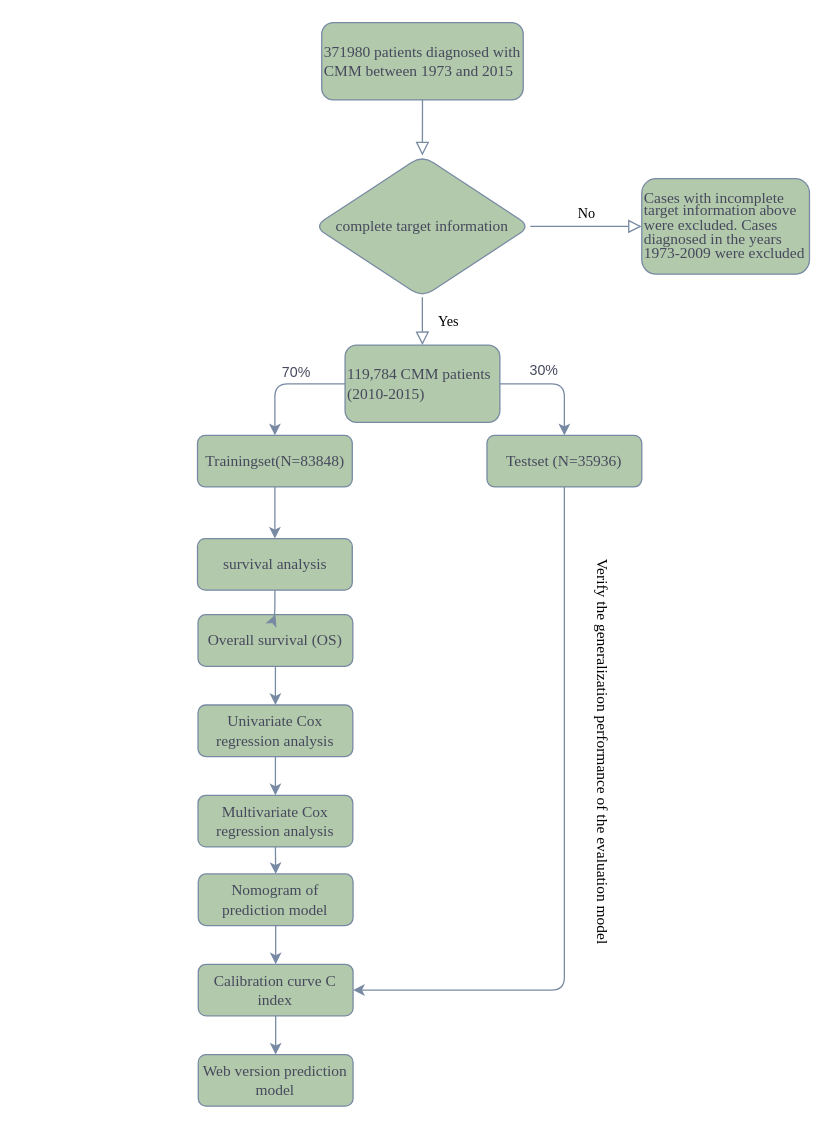
This is 未命名绘图.drawio from pifu-dabai/R-yuyan, a draw.io file, before an edit. Source tidied: cells renumbered, new cells numbered last; positions are measured from the earlier drawing's top-left corner, leaving out a move shared by most shapes. Both pictures are drawn from the tidied source at 129%, with x=0, y=0 at pixel (22, 22).
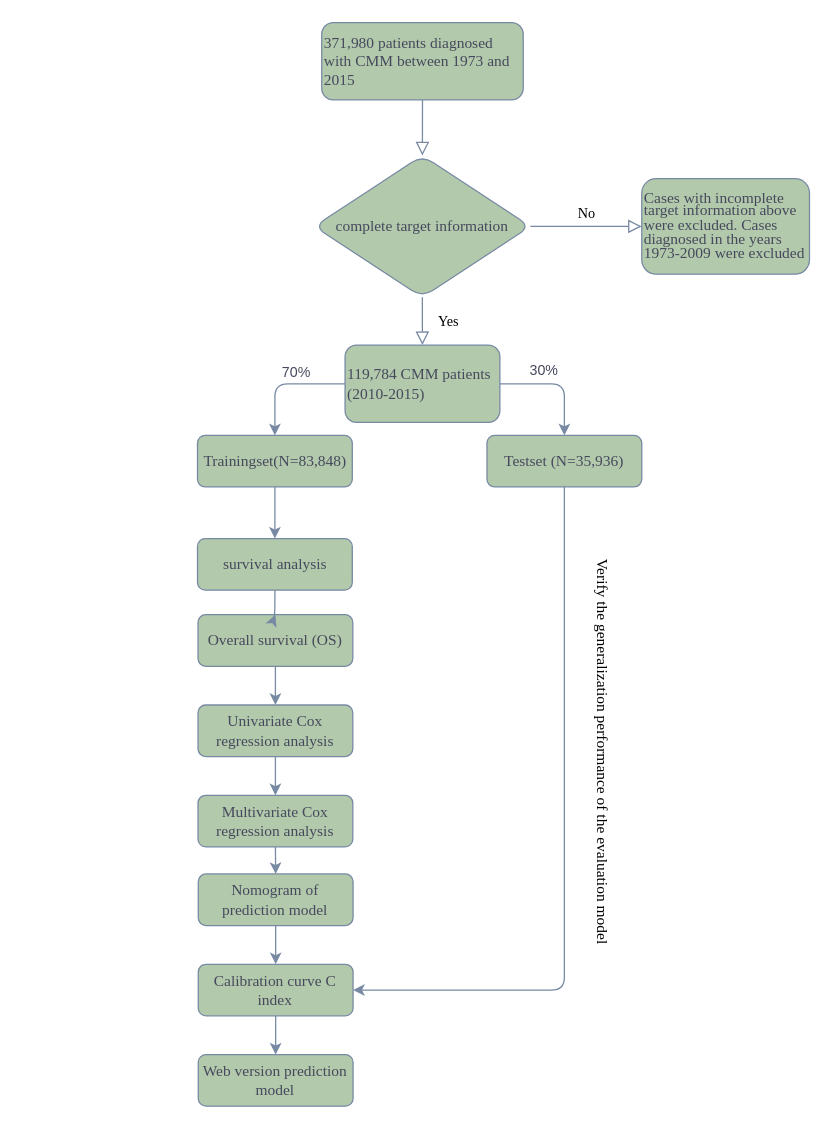
After the change.

The change refers to these unchanged cells:
```xml
<mxCell id="17" style="group;fontFamily=Times New Roman;labelBackgroundColor=none;fontColor=#46495D;rounded=1;" parent="1" vertex="1">
  <mxGeometry y="320" width="408" height="490" as="geometry" />
</mxCell>
```

Change to the diagram source:
```diff
@@
-    <mxCell id="3" value="371980 patients diagnosed with CMM between 1973 and 2015" style="rounded=1;whiteSpace=wrap;html=1;fontSize=12;glass=0;strokeWidth=1;shadow=0;align=left;fontFamily=Times New Roman;labelBackgroundColor=none;fillColor=#B2C9AB;strokeColor=#788AA3;fontColor=#46495D;" parent="1" vertex="1">
+    <mxCell id="3" value="371,980 patients diagnosed with CMM between 1973 and 2015" style="rounded=1;whiteSpace=wrap;html=1;fontSize=12;glass=0;strokeWidth=1;shadow=0;align=left;fontFamily=Times New Roman;labelBackgroundColor=none;fillColor=#B2C9AB;strokeColor=#788AA3;fontColor=#46495D;" parent="1" vertex="1">
       <mxGeometry x="231.9" width="156.2" height="60" as="geometry" />
     </mxCell>
@@
-    <mxCell id="9" value="Testset (N=35936)" style="rounded=1;whiteSpace=wrap;html=1;fontSize=12;glass=0;strokeWidth=1;shadow=0;fontFamily=Times New Roman;labelBackgroundColor=none;fillColor=#B2C9AB;strokeColor=#788AA3;fontColor=#46495D;" parent="1" vertex="1">
+    <mxCell id="9" value="Testset (N=35,936)" style="rounded=1;whiteSpace=wrap;html=1;fontSize=12;glass=0;strokeWidth=1;shadow=0;fontFamily=Times New Roman;labelBackgroundColor=none;fillColor=#B2C9AB;strokeColor=#788AA3;fontColor=#46495D;" parent="1" vertex="1">
       <mxGeometry x="360" y="320" width="120" height="40" as="geometry" />
     </mxCell>
@@
-    <mxCell id="15" value="&lt;a style=&quot;border-color: var(--border-color);&quot; name=&quot;_Hlk91579630&quot;&gt;119,784 CMM patients (2010-2015)&amp;nbsp;&lt;/a&gt;" style="rounded=1;whiteSpace=wrap;html=1;fontFamily=Times New Roman;labelBackgroundColor=none;fillColor=#B2C9AB;strokeColor=#788AA3;fontColor=#46495D;align=left;" parent="1" vertex="1">
+    <mxCell id="15" value="119,784 CMM patients (2010-2015)&amp;nbsp;" style="rounded=1;whiteSpace=wrap;html=1;fontFamily=Times New Roman;labelBackgroundColor=none;fillColor=#B2C9AB;strokeColor=#788AA3;fontColor=#46495D;align=left;" parent="1" vertex="1">
       <mxGeometry x="250" y="250" width="120" height="60" as="geometry" />
     </mxCell>
@@
-    <mxCell id="18" value="Trainingset(N=83848)" style="rounded=1;whiteSpace=wrap;html=1;fontSize=12;glass=0;strokeWidth=1;shadow=0;fontFamily=Times New Roman;labelBackgroundColor=none;fillColor=#B2C9AB;strokeColor=#788AA3;fontColor=#46495D;" parent="17" vertex="1">
+    <mxCell id="18" value="Trainingset(N=83,848)" style="rounded=1;whiteSpace=wrap;html=1;fontSize=12;glass=0;strokeWidth=1;shadow=0;fontFamily=Times New Roman;labelBackgroundColor=none;fillColor=#B2C9AB;strokeColor=#788AA3;fontColor=#46495D;" parent="17" vertex="1">
       <mxGeometry x="135.6" width="120" height="40" as="geometry" />
     </mxCell>
```
